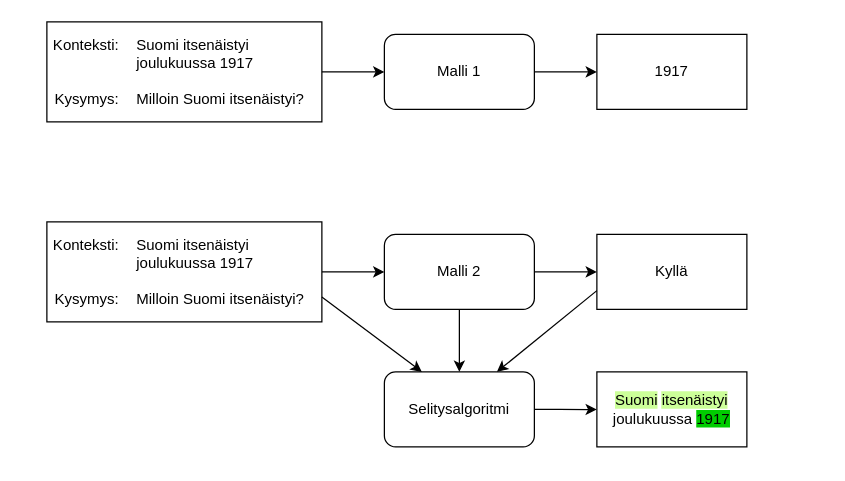
Before: etsiva_malli.drawio in mmanteli/gradu, a draw.io diagram. Source tidied: cells renumbered, new cells numbered last; positions are measured from the earlier drawing's top-left corner, leaving out a move shared by most shapes. Both pictures are drawn from the tidied source at 125%, with x=0, y=0 at pixel (46, 21).
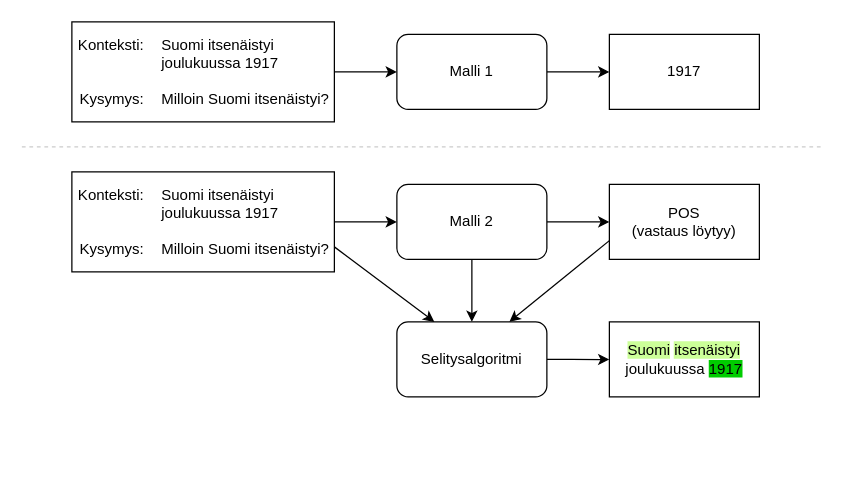
The same page after the edit.

The edit, as a diff of the source:
```diff
@@
     <mxCell id="2" style="rounded=0;whiteSpace=wrap;html=1;" parent="1" vertex="1">
-      <mxGeometry x="440" y="280" width="120" height="60" as="geometry" />
+      <mxGeometry x="450" y="240" width="120" height="60" as="geometry" />
     </mxCell>
     <mxCell id="3" style="rounded=0;whiteSpace=wrap;html=1;" parent="1" vertex="1">
-      <mxGeometry x="440" y="10" width="120" height="60" as="geometry" />
+      <mxGeometry x="450" y="10" width="120" height="60" as="geometry" />
     </mxCell>
     <mxCell id="4" style="rounded=0;whiteSpace=wrap;html=1;" parent="1" vertex="1">
-      <mxGeometry width="220" height="80" as="geometry" />
+      <mxGeometry x="20" width="210" height="80" as="geometry" />
     </mxCell>
-    <mxCell id="5" value="&lt;div align=&quot;left&quot;&gt;Suomi itsenäistyi joulukuussa 1917&lt;/div&gt;&lt;div align=&quot;left&quot;&gt;&lt;br&gt;&lt;/div&gt;&lt;div align=&quot;left&quot;&gt;Milloin Suomi itsenäistyi?&lt;br&gt;&lt;/div&gt;" style="text;html=1;strokeColor=none;fillColor=none;align=left;verticalAlign=middle;whiteSpace=wrap;rounded=0;" parent="1" vertex="1">
-      <mxGeometry x="70" width="140" height="80" as="geometry" />
-    </mxCell>
-    <mxCell id="6" value="&lt;div align=&quot;right&quot;&gt;Konteksti: &lt;br&gt;&lt;/div&gt;&lt;div align=&quot;right&quot;&gt;&lt;br&gt;&lt;/div&gt;&lt;div align=&quot;right&quot;&gt;&lt;br&gt;&lt;/div&gt;&lt;div align=&quot;right&quot;&gt;Kysymys: &lt;br&gt;&lt;/div&gt;" style="text;html=1;strokeColor=none;fillColor=none;align=right;verticalAlign=middle;whiteSpace=wrap;rounded=0;" parent="1" vertex="1">
-      <mxGeometry width="60" height="80" as="geometry" />
-    </mxCell>
@@
     <mxCell id="8" value="Malli 1" style="rounded=1;whiteSpace=wrap;html=1;" parent="1" vertex="1">
-      <mxGeometry x="270" y="10" width="120" height="60" as="geometry" />
+      <mxGeometry x="280" y="10" width="120" height="60" as="geometry" />
     </mxCell>
     <mxCell id="9" value="&lt;div align=&quot;center&quot;&gt;1917&lt;/div&gt;" style="text;html=1;strokeColor=none;fillColor=none;align=center;verticalAlign=middle;whiteSpace=wrap;rounded=0;" parent="1" vertex="1">
-      <mxGeometry x="460" width="80" height="80" as="geometry" />
+      <mxGeometry x="470" width="80" height="80" as="geometry" />
     </mxCell>
     <mxCell id="10" style="rounded=0;whiteSpace=wrap;html=1;" parent="1" vertex="1">
-      <mxGeometry x="440" y="170" width="120" height="60" as="geometry" />
+      <mxGeometry x="450" y="130" width="120" height="60" as="geometry" />
     </mxCell>
@@
     <mxCell id="12" style="rounded=0;whiteSpace=wrap;html=1;" parent="1" vertex="1">
-      <mxGeometry y="160" width="220" height="80" as="geometry" />
+      <mxGeometry x="20" y="120" width="210" height="80" as="geometry" />
     </mxCell>
-    <mxCell id="13" value="&lt;div align=&quot;left&quot;&gt;Suomi itsenäistyi joulukuussa 1917&lt;/div&gt;&lt;div align=&quot;left&quot;&gt;&lt;br&gt;&lt;/div&gt;&lt;div align=&quot;left&quot;&gt;Milloin Suomi itsenäistyi?&lt;br&gt;&lt;/div&gt;" style="text;html=1;strokeColor=none;fillColor=none;align=left;verticalAlign=middle;whiteSpace=wrap;rounded=0;" parent="1" vertex="1">
-      <mxGeometry x="70" y="160" width="140" height="80" as="geometry" />
-    </mxCell>
-    <mxCell id="14" value="&lt;div align=&quot;right&quot;&gt;Konteksti: &lt;br&gt;&lt;/div&gt;&lt;div align=&quot;right&quot;&gt;&lt;br&gt;&lt;/div&gt;&lt;div align=&quot;right&quot;&gt;&lt;br&gt;&lt;/div&gt;&lt;div align=&quot;right&quot;&gt;Kysymys: &lt;br&gt;&lt;/div&gt;" style="text;html=1;strokeColor=none;fillColor=none;align=right;verticalAlign=middle;whiteSpace=wrap;rounded=0;" parent="1" vertex="1">
-      <mxGeometry y="160" width="60" height="80" as="geometry" />
-    </mxCell>
@@
     <mxCell id="16" value="Malli 2" style="rounded=1;whiteSpace=wrap;html=1;" parent="1" vertex="1">
-      <mxGeometry x="270" y="170" width="120" height="60" as="geometry" />
+      <mxGeometry x="280" y="130" width="120" height="60" as="geometry" />
     </mxCell>
-    <mxCell id="17" value="&lt;div align=&quot;center&quot;&gt;Kyllä&lt;/div&gt;" style="text;html=1;strokeColor=none;fillColor=none;align=center;verticalAlign=middle;whiteSpace=wrap;rounded=0;" parent="1" vertex="1">
-      <mxGeometry x="460" y="160" width="80" height="80" as="geometry" />
+    <mxCell id="17" value="&lt;div&gt;POS&lt;/div&gt;&lt;div&gt;(vastaus löytyy)&lt;br&gt;&lt;/div&gt;" style="text;html=1;strokeColor=none;fillColor=none;align=center;verticalAlign=middle;whiteSpace=wrap;rounded=0;" parent="1" vertex="1">
+      <mxGeometry x="460" y="120" width="100" height="80" as="geometry" />
     </mxCell>
@@
     <mxCell id="19" value="Selitysalgoritmi" style="rounded=1;whiteSpace=wrap;html=1;" parent="1" vertex="1">
-      <mxGeometry x="270" y="280" width="120" height="60" as="geometry" />
+      <mxGeometry x="280" y="240" width="120" height="60" as="geometry" />
     </mxCell>
     <mxCell id="20" value="&lt;div align=&quot;center&quot;&gt;&lt;span style=&quot;background-color: rgb(204, 255, 153);&quot;&gt;Suomi&lt;/span&gt; &lt;span style=&quot;background-color: rgb(204, 255, 153);&quot;&gt;itsenäistyi&lt;/span&gt; joulukuussa &lt;span style=&quot;background-color: rgb(0, 204, 0);&quot;&gt;1917&lt;/span&gt;&lt;/div&gt;" style="text;html=1;strokeColor=none;fillColor=none;align=center;verticalAlign=middle;whiteSpace=wrap;rounded=0;" parent="1" vertex="1">
-      <mxGeometry x="430" y="270" width="140" height="80" as="geometry" />
+      <mxGeometry x="440" y="230" width="140" height="80" as="geometry" />
     </mxCell>
     <mxCell id="21" style="endArrow=classic;html=1;rounded=0;exitX=1;exitY=0.5;exitDx=0;exitDy=0;" parent="1" edge="1" source="4">
       <mxGeometry relative="1" as="geometry">
-        <mxPoint x="270" y="40" as="targetPoint" />
+        <mxPoint x="280" y="40" as="targetPoint" />
       </mxGeometry>
     </mxCell>
@@
+    <mxCell id="25" style="group;" parent="1" vertex="1">
+      <mxGeometry x="20" y="120" width="210" height="80" as="geometry" />
+    </mxCell>
+    <mxCell id="13" value="&lt;div align=&quot;left&quot;&gt;Suomi itsenäistyi joulukuussa 1917&lt;/div&gt;&lt;div align=&quot;left&quot;&gt;&lt;br&gt;&lt;/div&gt;&lt;div align=&quot;left&quot;&gt;Milloin Suomi itsenäistyi?&lt;br&gt;&lt;/div&gt;" style="text;html=1;strokeColor=none;fillColor=none;align=left;verticalAlign=middle;whiteSpace=wrap;rounded=0;" parent="25" vertex="1">
+      <mxGeometry x="70" width="140" height="80" as="geometry" />
+    </mxCell>
+    <mxCell id="14" value="&lt;div align=&quot;right&quot;&gt;Konteksti: &lt;br&gt;&lt;/div&gt;&lt;div align=&quot;right&quot;&gt;&lt;br&gt;&lt;/div&gt;&lt;div align=&quot;right&quot;&gt;&lt;br&gt;&lt;/div&gt;&lt;div align=&quot;right&quot;&gt;Kysymys: &lt;br&gt;&lt;/div&gt;" style="text;html=1;strokeColor=none;fillColor=none;align=right;verticalAlign=middle;whiteSpace=wrap;rounded=0;" parent="25" vertex="1">
+      <mxGeometry width="60" height="80" as="geometry" />
+    </mxCell>
+    <mxCell id="26" style="group;" parent="1" vertex="1">
+      <mxGeometry x="20" width="210" height="80" as="geometry" />
+    </mxCell>
+    <mxCell id="5" value="&lt;div align=&quot;left&quot;&gt;Suomi itsenäistyi joulukuussa 1917&lt;/div&gt;&lt;div align=&quot;left&quot;&gt;&lt;br&gt;&lt;/div&gt;&lt;div align=&quot;left&quot;&gt;Milloin Suomi itsenäistyi?&lt;br&gt;&lt;/div&gt;" style="text;html=1;strokeColor=none;fillColor=none;align=left;verticalAlign=middle;whiteSpace=wrap;rounded=0;" parent="26" vertex="1">
+      <mxGeometry x="70" width="140" height="80" as="geometry" />
+    </mxCell>
+    <mxCell id="6" value="&lt;div align=&quot;right&quot;&gt;Konteksti: &lt;br&gt;&lt;/div&gt;&lt;div align=&quot;right&quot;&gt;&lt;br&gt;&lt;/div&gt;&lt;div align=&quot;right&quot;&gt;&lt;br&gt;&lt;/div&gt;&lt;div align=&quot;right&quot;&gt;Kysymys: &lt;br&gt;&lt;/div&gt;" style="text;html=1;strokeColor=none;fillColor=none;align=right;verticalAlign=middle;whiteSpace=wrap;rounded=0;" parent="26" vertex="1">
+      <mxGeometry width="60" height="80" as="geometry" />
+    </mxCell>
+    <mxCell id="27" style="endArrow=none;dashed=1;html=1;rounded=0;color=grey;strokeColor=#CCCCCC;" parent="1" edge="1">
+      <mxGeometry relative="1" as="geometry">
+        <mxPoint x="-20" y="100" as="sourcePoint" />
+        <mxPoint x="620" y="100" as="targetPoint" />
+      </mxGeometry>
+    </mxCell>
```
